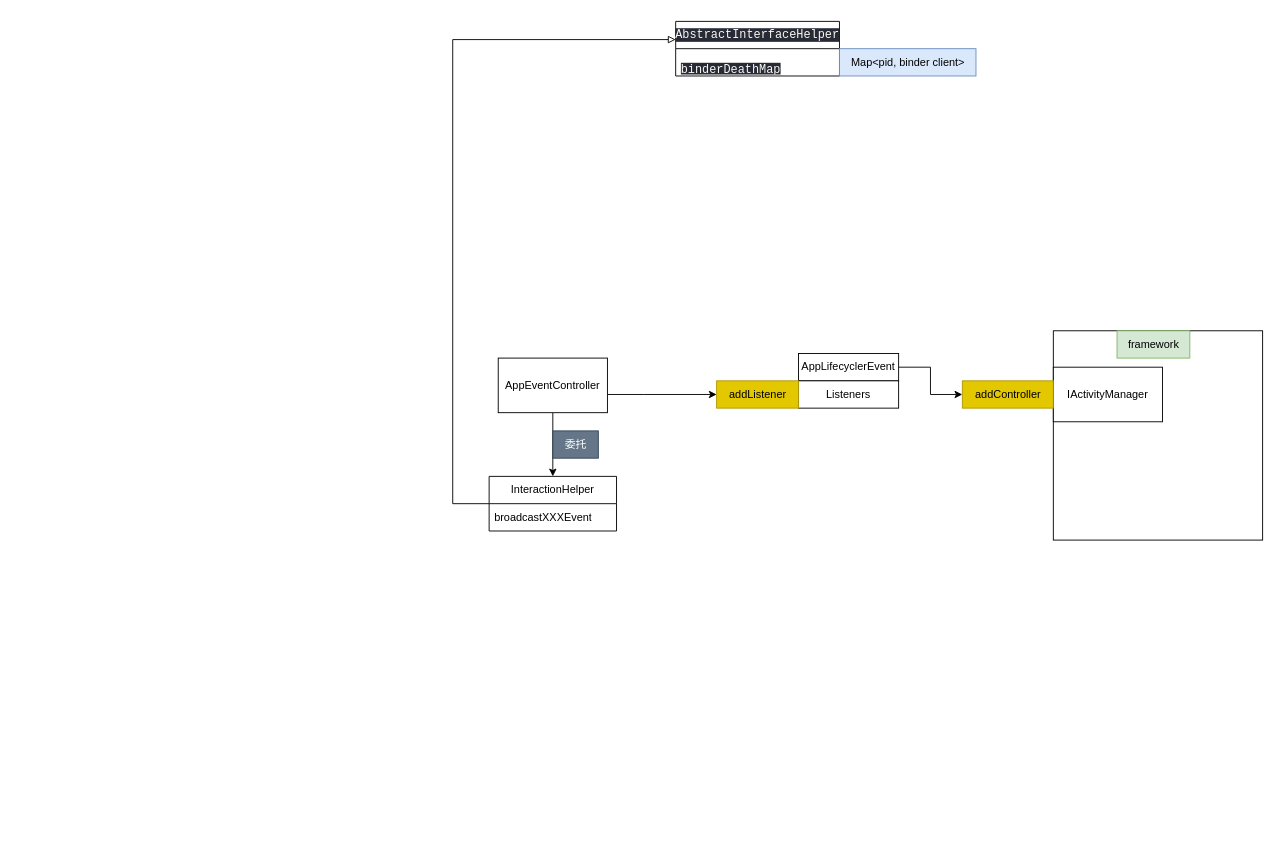
Earlier version of the draw.io diagram 脑图/hyy/未命名绘图.drawio (JeckOnly/passage). Source tidied: cells renumbered, new cells numbered last; positions are measured from the earlier drawing's top-left corner, leaving out a move shared by most shapes. Both pictures are drawn from the tidied source at 91%, with x=0, y=0 at pixel (452, 21).
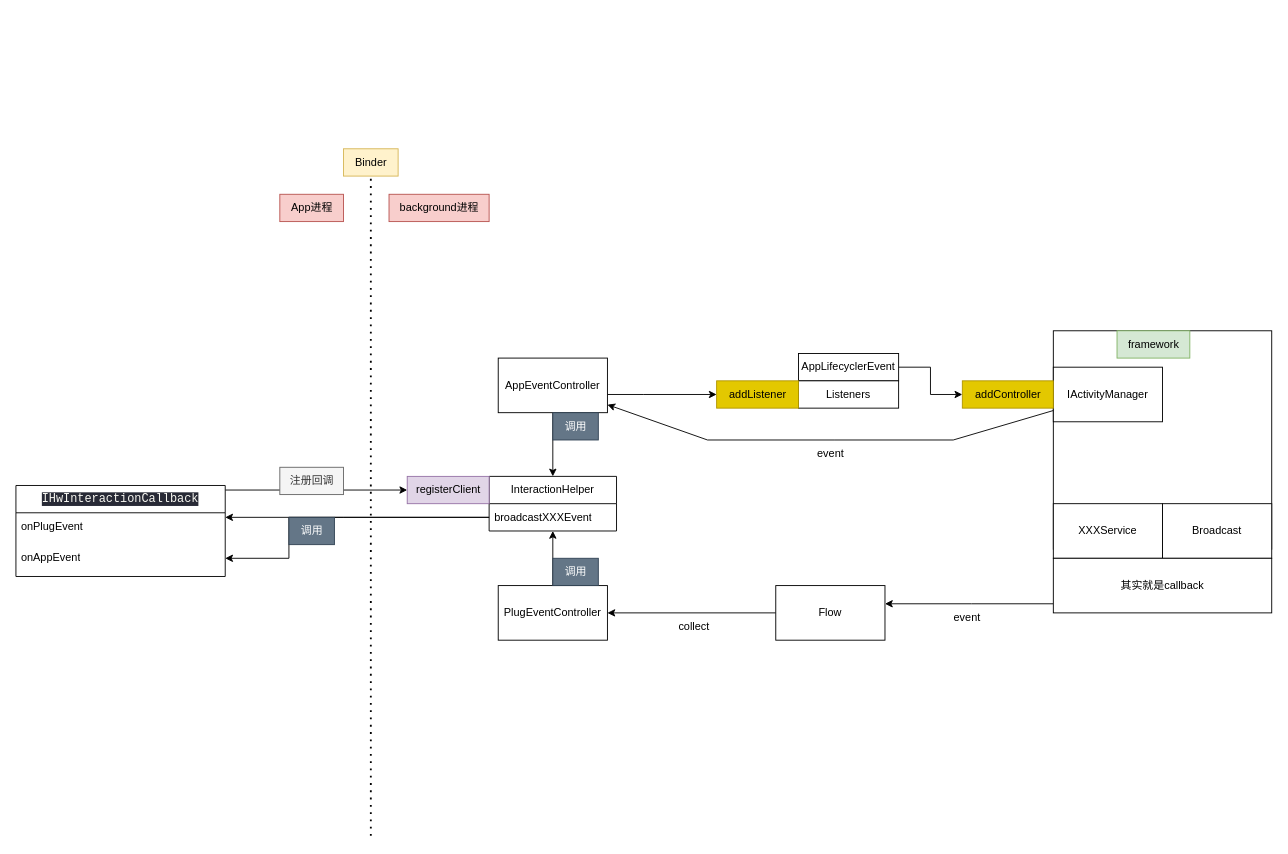
After the change.

Commit message:
更新未命名绘图.drawio

The change refers to these unchanged cells:
```xml
<mxCell id="7" value="IActivityManager" style="rounded=0;whiteSpace=wrap;html=1;" parent="1" vertex="1">
  <mxGeometry x="660" y="380" width="120" height="60" as="geometry" />
</mxCell>
<mxCell id="14" value="AppEventController" style="rounded=0;whiteSpace=wrap;html=1;" parent="1" vertex="1">
  <mxGeometry x="50" y="370" width="120" height="60" as="geometry" />
</mxCell>
<mxCell id="17" value="InteractionHelper" style="swimlane;fontStyle=0;horizontal=1;startSize=30;whiteSpace=wrap;html=1;" parent="1" vertex="1">
  <mxGeometry x="40" y="500" width="140" height="60" as="geometry" />
</mxCell>
<mxCell id="18" value="broadcastXXXEvent" style="text;strokeColor=none;fillColor=none;align=left;verticalAlign=middle;spacingLeft=4;spacingRight=4;overflow=hidden;points=[[0,0.5],[1,0.5]];portConstraint=eastwest;whiteSpace=wrap;html=1;" parent="17" vertex="1">
  <mxGeometry y="30" width="140" height="30" as="geometry" />
</mxCell>
```

Change to the diagram source:
```diff
@@
-    <mxCell id="2" value="&lt;div style=&quot;background-color:#282a36;color:#f8f8f2;font-family:'JetBrains Mono',monospace;font-size:9.8pt;&quot;&gt;&lt;pre&gt;AbstractInterfaceHelper&lt;/pre&gt;&lt;/div&gt;" style="swimlane;fontStyle=0;horizontal=1;startSize=30;whiteSpace=wrap;html=1;" parent="1" vertex="1">
-      <mxGeometry x="245" width="180" height="60" as="geometry" />
-    </mxCell>
-    <mxCell id="3" value="&lt;div style=&quot;background-color:#282a36;color:#f8f8f2;font-family:'JetBrains Mono',monospace;font-size:9.8pt;&quot;&gt;&lt;pre&gt;binderDeathMap&lt;/pre&gt;&lt;/div&gt;" style="text;strokeColor=none;fillColor=none;align=left;verticalAlign=middle;spacingLeft=4;spacingRight=4;overflow=hidden;whiteSpace=wrap;html=1;" parent="2" vertex="1">
-      <mxGeometry y="30" width="180" height="30" as="geometry" />
-    </mxCell>
-    <mxCell id="4" value="Map&amp;lt;pid, binder client&amp;gt;" style="text;html=1;align=center;verticalAlign=middle;strokeColor=#6c8ebf;fillColor=#dae8fc;" parent="1" vertex="1">
-      <mxGeometry x="425" y="30" width="150" height="30" as="geometry" />
-    </mxCell>
     <mxCell id="5" style="whiteSpace=wrap;html=1;" parent="1" vertex="1">
-      <mxGeometry x="660" y="340" width="230" height="230" as="geometry" />
+      <mxGeometry x="660" y="340" width="240" height="240" as="geometry" />
     </mxCell>
@@
-    <mxCell id="16" style="edgeStyle=orthogonalEdgeStyle;rounded=0;jettySize=auto;html=1;endArrow=block;endFill=0;" parent="1" edge="1" source="17" target="2">
-      <mxGeometry relative="1" as="geometry">
-        <Array as="points">
-          <mxPoint y="530" />
-          <mxPoint y="20" />
-        </Array>
-      </mxGeometry>
-    </mxCell>
@@
-    <mxCell id="19" value="委托" style="text;html=1;align=center;verticalAlign=middle;strokeColor=#314354;fillColor=#647687;fontColor=#ffffff;" parent="1" vertex="1">
-      <mxGeometry x="110" y="450" width="50" height="30" as="geometry" />
+    <mxCell id="19" value="调用" style="text;html=1;align=center;verticalAlign=middle;strokeColor=#314354;fillColor=#647687;fontColor=#ffffff;" parent="1" vertex="1">
+      <mxGeometry x="110" y="430" width="50" height="30" as="geometry" />
     </mxCell>
+    <mxCell id="20" style="edgeStyle=orthogonalEdgeStyle;rounded=0;jettySize=auto;html=1;" parent="1" edge="1" source="21" target="18">
+      <mxGeometry relative="1" as="geometry">
+        <Array as="points">
+          <mxPoint x="110" y="560" />
+          <mxPoint x="110" y="560" />
+        </Array>
+      </mxGeometry>
+    </mxCell>
+    <mxCell id="21" value="PlugEventController" style="rounded=0;whiteSpace=wrap;html=1;" parent="1" vertex="1">
+      <mxGeometry x="50" y="620" width="120" height="60" as="geometry" />
+    </mxCell>
+    <mxCell id="22" value="XXXService" style="rounded=0;whiteSpace=wrap;html=1;" parent="1" vertex="1">
+      <mxGeometry x="660" y="530" width="120" height="60" as="geometry" />
+    </mxCell>
+    <mxCell id="23" value="Broadcast" style="rounded=0;whiteSpace=wrap;html=1;" parent="1" vertex="1">
+      <mxGeometry x="780" y="530" width="120" height="60" as="geometry" />
+    </mxCell>
+    <mxCell id="24" style="edgeStyle=orthogonalEdgeStyle;rounded=0;jettySize=auto;html=1;" parent="1" edge="1" source="25" target="38">
+      <mxGeometry relative="1" as="geometry">
+        <Array as="points">
+          <mxPoint x="570" y="640" />
+          <mxPoint x="570" y="640" />
+        </Array>
+      </mxGeometry>
+    </mxCell>
+    <mxCell id="25" value="其实就是callback" style="rounded=0;whiteSpace=wrap;html=1;" parent="1" vertex="1">
+      <mxGeometry x="660" y="590" width="240" height="60" as="geometry" />
+    </mxCell>
+    <mxCell id="26" value="调用" style="text;html=1;align=center;verticalAlign=middle;strokeColor=#314354;fillColor=#647687;fontColor=#ffffff;" parent="1" vertex="1">
+      <mxGeometry x="110" y="590" width="50" height="30" as="geometry" />
+    </mxCell>
+    <mxCell id="27" style="edgeStyle=orthogonalEdgeStyle;rounded=0;jettySize=auto;html=1;" parent="1" edge="1" source="28" target="44">
+      <mxGeometry relative="1" as="geometry">
+        <Array as="points">
+          <mxPoint x="-190" y="515" />
+          <mxPoint x="-190" y="515" />
+        </Array>
+      </mxGeometry>
+    </mxCell>
+    <mxCell id="28" value="&lt;div style=&quot;background-color:#282a36;color:#f8f8f2;font-family:'JetBrains Mono',monospace;font-size:9.8pt;&quot;&gt;&lt;pre&gt;IHwInteractionCallback&lt;/pre&gt;&lt;/div&gt;" style="swimlane;fontStyle=0;horizontal=1;startSize=30;whiteSpace=wrap;html=1;" parent="1" vertex="1">
+      <mxGeometry x="-480" y="510" width="230" height="100" as="geometry" />
+    </mxCell>
+    <mxCell id="29" value="onPlugEvent" style="text;strokeColor=none;fillColor=none;align=left;verticalAlign=middle;spacingLeft=4;spacingRight=4;overflow=hidden;whiteSpace=wrap;html=1;" parent="28" vertex="1">
+      <mxGeometry y="30" width="230" height="30" as="geometry" />
+    </mxCell>
+    <mxCell id="30" value="onAppEvent" style="text;strokeColor=none;fillColor=none;align=left;verticalAlign=middle;spacingLeft=4;spacingRight=4;overflow=hidden;points=[[0,0.5],[1,0.5]];portConstraint=eastwest;whiteSpace=wrap;html=1;" parent="28" vertex="1">
+      <mxGeometry y="60" width="230" height="40" as="geometry" />
+    </mxCell>
+    <mxCell id="31" style="endArrow=classic;html=1;rounded=0;" parent="1" edge="1" source="7" target="14">
+      <mxGeometry relative="1" as="geometry">
+        <Array as="points">
+          <mxPoint x="550" y="460" />
+          <mxPoint x="420" y="460" />
+          <mxPoint x="280" y="460" />
+        </Array>
+      </mxGeometry>
+    </mxCell>
+    <mxCell id="32" value="event" style="text;html=1;align=center;verticalAlign=middle;strokeColor=none;fillColor=none;" parent="1" vertex="1">
+      <mxGeometry x="390" y="460" width="50" height="30" as="geometry" />
+    </mxCell>
+    <mxCell id="33" value="event" style="text;html=1;align=center;verticalAlign=middle;strokeColor=none;fillColor=none;" parent="1" vertex="1">
+      <mxGeometry x="540" y="640" width="50" height="30" as="geometry" />
+    </mxCell>
+    <mxCell id="34" style="edgeStyle=orthogonalEdgeStyle;rounded=0;jettySize=auto;html=1;" parent="1" edge="1" source="18" target="28">
+      <mxGeometry relative="1" as="geometry">
+        <Array as="points">
+          <mxPoint x="-120" y="545" />
+          <mxPoint x="-120" y="545" />
+        </Array>
+      </mxGeometry>
+    </mxCell>
+    <mxCell id="35" style="edgeStyle=orthogonalEdgeStyle;rounded=0;jettySize=auto;html=1;" parent="1" edge="1" source="18" target="30">
+      <mxGeometry relative="1" as="geometry">
+        <Array as="points">
+          <mxPoint x="-180" y="545" />
+          <mxPoint x="-180" y="590" />
+        </Array>
+      </mxGeometry>
+    </mxCell>
+    <mxCell id="36" value="调用" style="text;html=1;align=center;verticalAlign=middle;strokeColor=#314354;fillColor=#647687;fontColor=#ffffff;" parent="1" vertex="1">
+      <mxGeometry x="-180" y="545" width="50" height="30" as="geometry" />
+    </mxCell>
+    <mxCell id="37" style="edgeStyle=orthogonalEdgeStyle;rounded=0;jettySize=auto;html=1;exitX=0;exitY=0.5;exitDx=0;exitDy=0;" parent="1" edge="1" source="38" target="21">
+      <mxGeometry relative="1" as="geometry" />
+    </mxCell>
+    <mxCell id="38" value="Flow" style="rounded=0;whiteSpace=wrap;html=1;" parent="1" vertex="1">
+      <mxGeometry x="355" y="620" width="120" height="60" as="geometry" />
+    </mxCell>
+    <mxCell id="39" value="collect" style="text;html=1;align=center;verticalAlign=middle;strokeColor=none;fillColor=none;" parent="1" vertex="1">
+      <mxGeometry x="235" y="650" width="60" height="30" as="geometry" />
+    </mxCell>
+    <mxCell id="40" style="endArrow=none;dashed=1;html=1;dashPattern=1 3;strokeWidth=2;rounded=0;" parent="1" edge="1">
+      <mxGeometry relative="1" as="geometry">
+        <mxPoint x="-90" y="895" as="sourcePoint" />
+        <mxPoint x="-90" y="165" as="targetPoint" />
+      </mxGeometry>
+    </mxCell>
+    <mxCell id="41" value="Binder" style="text;html=1;align=center;verticalAlign=middle;strokeColor=#d6b656;fillColor=#fff2cc;" parent="1" vertex="1">
+      <mxGeometry x="-120" y="140" width="60" height="30" as="geometry" />
+    </mxCell>
+    <mxCell id="42" value="background进程" style="text;html=1;align=center;verticalAlign=middle;strokeColor=#b85450;fillColor=#f8cecc;" parent="1" vertex="1">
+      <mxGeometry x="-70" y="190" width="110" height="30" as="geometry" />
+    </mxCell>
+    <mxCell id="43" value="App进程" style="text;html=1;align=center;verticalAlign=middle;strokeColor=#b85450;fillColor=#f8cecc;" parent="1" vertex="1">
+      <mxGeometry x="-190" y="190" width="70" height="30" as="geometry" />
+    </mxCell>
+    <mxCell id="44" value="registerClient" style="text;html=1;align=center;verticalAlign=middle;points=[];strokeColor=#9673a6;fillColor=#e1d5e7;" parent="1" vertex="1">
+      <mxGeometry x="-50" y="500" width="90" height="30" as="geometry" />
+    </mxCell>
+    <mxCell id="45" value="注册回调" style="text;html=1;align=center;verticalAlign=middle;strokeColor=#666666;fillColor=#f5f5f5;fontColor=#333333;" parent="1" vertex="1">
+      <mxGeometry x="-190" y="490" width="70" height="30" as="geometry" />
+    </mxCell>
```
